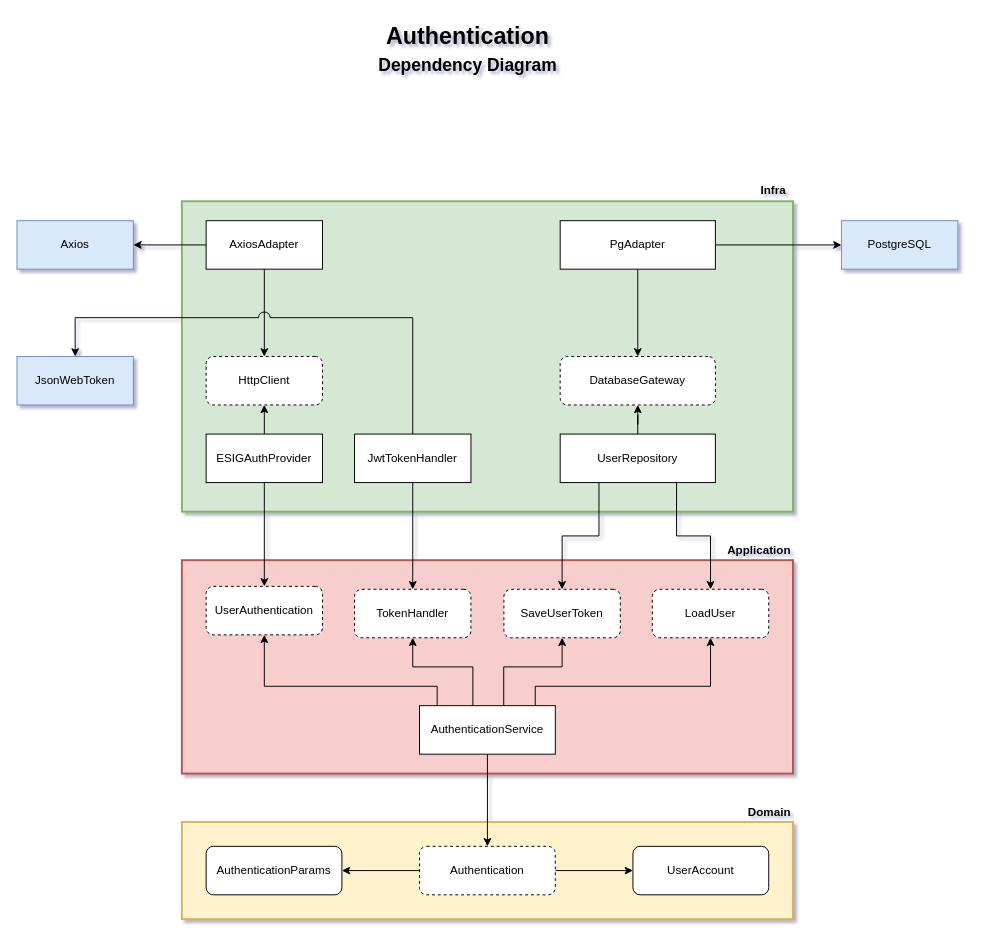
The draw.io diagram docs/diagrams/authentication.drawio in minha-ies/training-backend, before the edit. Source tidied: cells renumbered, new cells numbered last; positions are measured from the earlier drawing's top-left corner, leaving out a move shared by most shapes. Both pictures are drawn from the tidied source at 97%, with x=0, y=0 at pixel (16, 16).
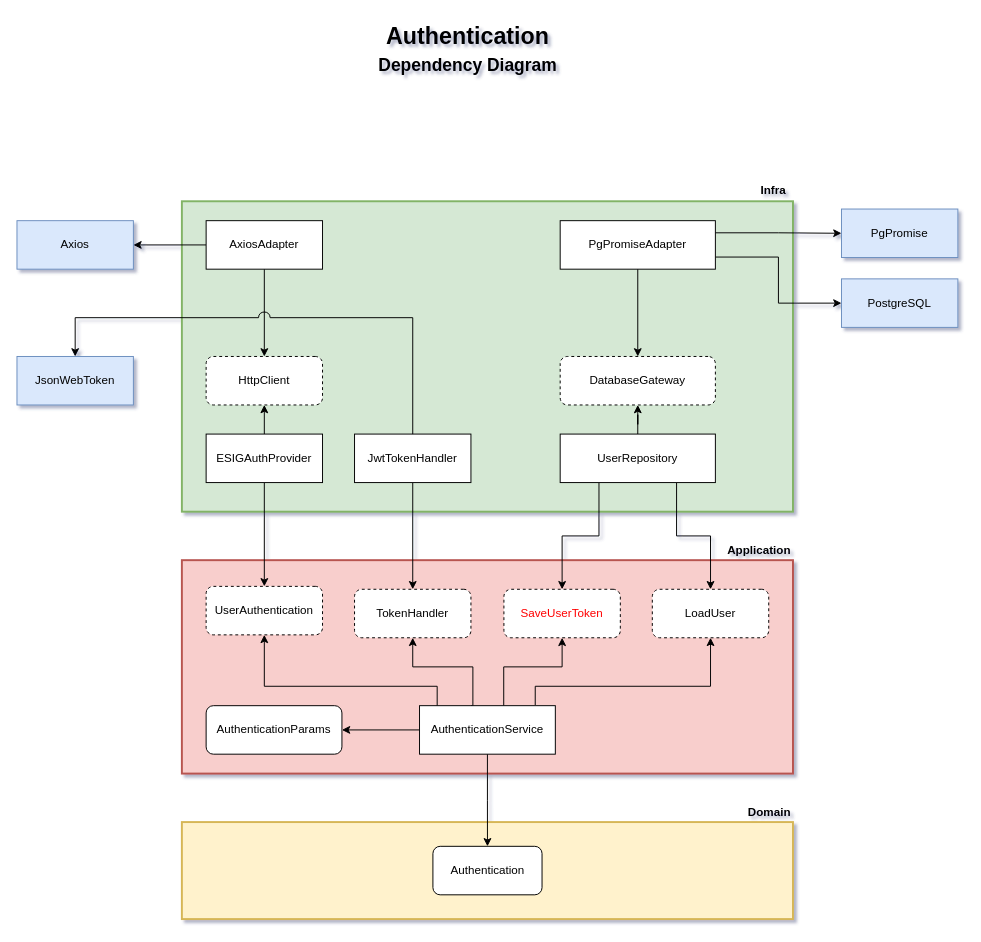
The same diagram, later.

Unchanged cells that the change refers to:
```xml
<mxCell id="17" value="AuthenticationService" style="rounded=0;whiteSpace=wrap;html=1;glass=0;shadow=0;points=[[0,0,0,0,0],[0,0.25,0,0,0],[0,0.5,0,0,0],[0,0.75,0,0,0],[0,1,0,0,0],[0.13,0,0,0,0],[0.25,0,0,0,0],[0.25,1,0,0,0],[0.38,0,0,0,0],[0.5,0,0,0,0],[0.5,1,0,0,0],[0.62,0,0,0,0],[0.75,0,0,0,0],[0.75,1,0,0,0],[0.88,0,0,0,0],[1,0,0,0,0],[1,0.25,0,0,0],[1,0.5,0,0,0],[1,0.75,0,0,0],[1,1,0,0,0]];" parent="1" vertex="1">
  <mxGeometry x="415" y="710" width="140" height="50" as="geometry" />
</mxCell>
```

Change to the diagram source:
```diff
@@
-    <mxCell id="5" style="edgeStyle=orthogonalEdgeStyle;rounded=0;jettySize=auto;html=1;entryX=0;entryY=0.5;entryDx=0;entryDy=0;" parent="1" edge="1" source="7" target="8">
-      <mxGeometry relative="1" as="geometry" />
-    </mxCell>
-    <mxCell id="6" style="edgeStyle=orthogonalEdgeStyle;rounded=0;jettySize=auto;html=1;" parent="1" edge="1" source="7" target="9">
-      <mxGeometry relative="1" as="geometry" />
-    </mxCell>
-    <mxCell id="7" value="Authentication" style="rounded=1;whiteSpace=wrap;html=1;dashed=1;" parent="1" vertex="1">
-      <mxGeometry x="415" y="855" width="140" height="50" as="geometry" />
+    <mxCell id="7" value="Authentication" style="rounded=1;whiteSpace=wrap;html=1;" parent="1" vertex="1">
+      <mxGeometry x="428.8" y="855" width="112.5" height="50" as="geometry" />
     </mxCell>
-    <mxCell id="8" value="UserAccount" style="rounded=1;whiteSpace=wrap;html=1;glass=0;shadow=0;" parent="1" vertex="1">
-      <mxGeometry x="635" y="855" width="140" height="50" as="geometry" />
-    </mxCell>
-    <mxCell id="9" value="AuthenticationParams" style="rounded=1;whiteSpace=wrap;html=1;glass=0;shadow=0;" parent="1" vertex="1">
-      <mxGeometry x="195" y="855" width="140" height="50" as="geometry" />
-    </mxCell>
@@
+    <mxCell id="46" style="edgeStyle=orthogonalEdgeStyle;rounded=0;jettySize=auto;html=1;" parent="1" edge="1" source="17" target="9">
+      <mxGeometry relative="1" as="geometry" />
+    </mxCell>
@@
-    <mxCell id="20" value="SaveUserToken" style="rounded=1;whiteSpace=wrap;html=1;dashed=1;flipH=1;" parent="1" vertex="1">
+    <mxCell id="20" value="SaveUserToken" style="rounded=1;whiteSpace=wrap;html=1;dashed=1;flipH=1;fontColor=light-dark(#FF0000,#EDEDED);labelBackgroundColor=none;" parent="1" vertex="1">
       <mxGeometry x="502" y="590" width="120" height="50" as="geometry" />
     </mxCell>
@@
     <mxCell id="31" value="PostgreSQL" style="rounded=0;whiteSpace=wrap;html=1;glass=0;shadow=0;fillColor=#dae8fc;strokeColor=#6c8ebf;" parent="1" vertex="1">
-      <mxGeometry x="850" y="210" width="120" height="50" as="geometry" />
+      <mxGeometry x="850" y="270" width="120" height="50" as="geometry" />
     </mxCell>
@@
-    <mxCell id="42" style="edgeStyle=orthogonalEdgeStyle;rounded=0;jettySize=auto;html=1;entryX=0;entryY=0.5;entryDx=0;entryDy=0;" parent="1" edge="1" source="43" target="31">
+    <mxCell id="42" style="edgeStyle=orthogonalEdgeStyle;rounded=0;jettySize=auto;html=1;entryX=0;entryY=0.5;entryDx=0;entryDy=0;exitX=1;exitY=0.75;exitDx=0;exitDy=0;exitPerimeter=0;" parent="1" edge="1" source="43" target="31">
       <mxGeometry relative="1" as="geometry" />
     </mxCell>
+    <mxCell id="47" style="edgeStyle=orthogonalEdgeStyle;rounded=0;jettySize=auto;html=1;exitX=1;exitY=0.25;exitDx=0;exitDy=0;exitPerimeter=0;" parent="1" edge="1" source="43" target="48">
+      <mxGeometry relative="1" as="geometry" />
+    </mxCell>
-    <mxCell id="43" value="PgAdapter" style="rounded=0;whiteSpace=wrap;html=1;glass=0;shadow=0;points=[[0,0,0,0,0],[0,0.25,0,0,0],[0,0.5,0,0,0],[0,0.75,0,0,0],[0,1,0,0,0],[0.13,0,0,0,0],[0.25,0,0,0,0],[0.25,1,0,0,0],[0.38,0,0,0,0],[0.5,0,0,0,0],[0.5,1,0,0,0],[0.62,0,0,0,0],[0.75,0,0,0,0],[0.75,1,0,0,0],[0.88,0,0,0,0],[1,0,0,0,0],[1,0.25,0,0,0],[1,0.5,0,0,0],[1,0.75,0,0,0],[1,1,0,0,0]];" parent="1" vertex="1">
+    <mxCell id="43" value="PgPromiseAdapter" style="rounded=0;whiteSpace=wrap;html=1;glass=0;shadow=0;points=[[0,0,0,0,0],[0,0.25,0,0,0],[0,0.5,0,0,0],[0,0.75,0,0,0],[0,1,0,0,0],[0.13,0,0,0,0],[0.25,0,0,0,0],[0.25,1,0,0,0],[0.38,0,0,0,0],[0.5,0,0,0,0],[0.5,1,0,0,0],[0.62,0,0,0,0],[0.75,0,0,0,0],[0.75,1,0,0,0],[0.88,0,0,0,0],[1,0,0,0,0],[1,0.25,0,0,0],[1,0.5,0,0,0],[1,0.75,0,0,0],[1,1,0,0,0]];" parent="1" vertex="1">
       <mxGeometry x="560" y="210" width="160" height="50" as="geometry" />
     </mxCell>
@@
+    <mxCell id="9" value="AuthenticationParams" style="rounded=1;whiteSpace=wrap;html=1;glass=0;shadow=0;" parent="1" vertex="1">
+      <mxGeometry x="195" y="710" width="140" height="50" as="geometry" />
+    </mxCell>
+    <mxCell id="48" value="PgPromise" style="rounded=0;whiteSpace=wrap;html=1;glass=0;shadow=0;fillColor=#dae8fc;strokeColor=#6c8ebf;" parent="1" vertex="1">
+      <mxGeometry x="850" y="198" width="120" height="50" as="geometry" />
+    </mxCell>
```
